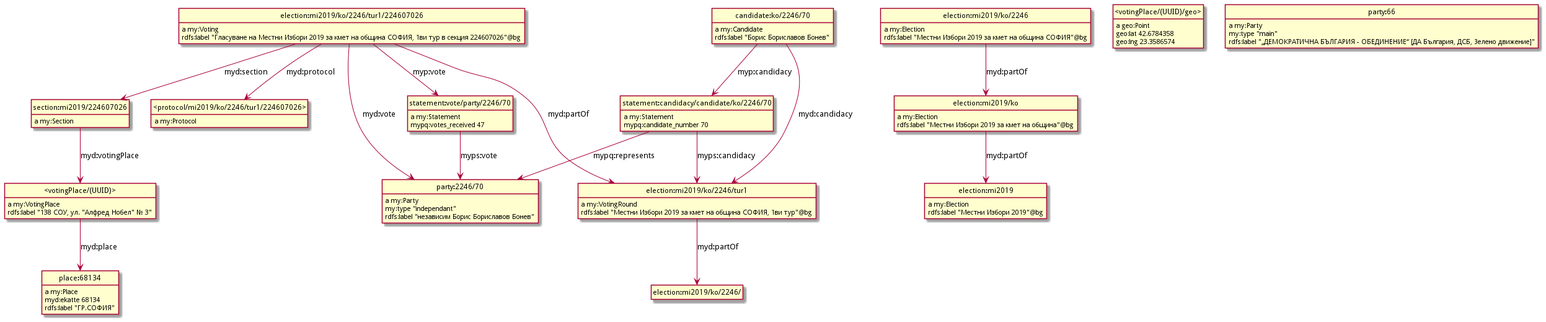
The PlantUML diagram model/localModel.png in nikolatulechki/semanticElections, before a commit.
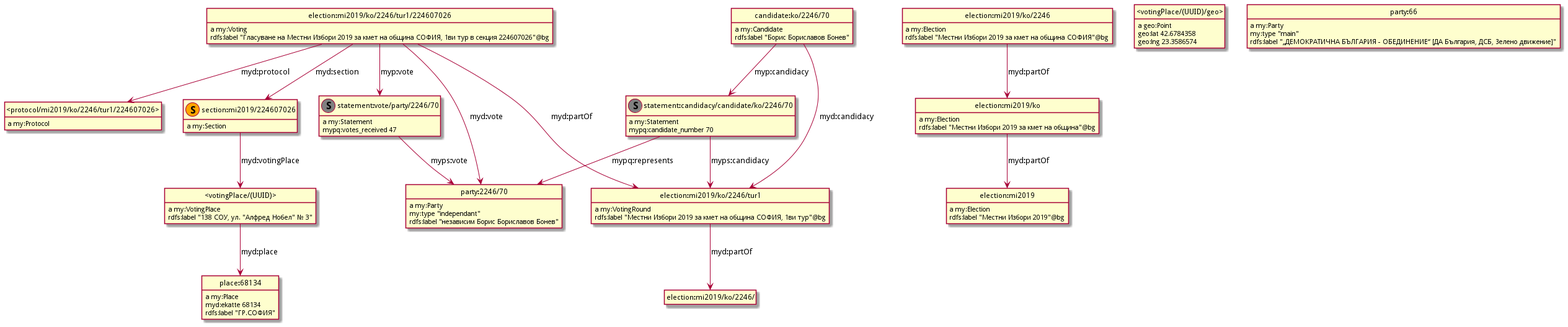
Above is the later version.

Change to the diagram source:
```diff
@@ -3,67 +3,73 @@
 hide empty attributes
 hide circle
 skinparam classAttributeIconSize 0
+class section_mi2019_224607026 as "section:mi2019/224607026"
+class section_mi2019_224607026 <<(S,orange)>>
+show section_mi2019_224607026 circle
+class statement_candidacy_candidate_ko_2246_70 as "statement:candidacy/candidate/ko/2246/70"
+class statement_candidacy_candidate_ko_2246_70 <<(S,gray)>>
+show statement_candidacy_candidate_ko_2246_70 circle
+class statement_vote_party_2246_70 as "statement:vote/party/2246/70"
+class statement_vote_party_2246_70 <<(S,gray)>>
+show statement_vote_party_2246_70 circle
+class election_mi2019_ko as "election:mi2019/ko"
+election_mi2019_ko : a my:Election
+class election_mi2019 as "election:mi2019"
+election_mi2019_ko -down-> election_mi2019 : myd:partOf
+election_mi2019_ko : rdfs:label "Местни Избори 2019 за кмет на община"@bg
+statement_candidacy_candidate_ko_2246_70 : a my:Statement
+class election_mi2019_ko_2246_tur1 as "election:mi2019/ko/2246/tur1"
+statement_candidacy_candidate_ko_2246_70 -down-> election_mi2019_ko_2246_tur1 : myps:candidacy
+class party_2246_70 as "party:2246/70"
+statement_candidacy_candidate_ko_2246_70 -down-> party_2246_70 : mypq:represents
+statement_candidacy_candidate_ko_2246_70 : mypq:candidate_number 70
+election_mi2019 : a my:Election
+election_mi2019 : rdfs:label "Местни Избори 2019"@bg
 class election_mi2019_ko_2246_tur1_224607026 as "election:mi2019/ko/2246/tur1/224607026"
 election_mi2019_ko_2246_tur1_224607026 : a my:Voting
-class statement_vote_party_2246_70 as "statement:vote/party/2246/70"
 election_mi2019_ko_2246_tur1_224607026 -down-> statement_vote_party_2246_70 : myp:vote
+election_mi2019_ko_2246_tur1_224607026 -down-> party_2246_70 : myd:vote
+election_mi2019_ko_2246_tur1_224607026 -down-> section_mi2019_224607026 : myd:section
 class _protocol_mi2019_ko_2246_tur1_224607026_ as "<protocol/mi2019/ko/2246/tur1/224607026>"
 election_mi2019_ko_2246_tur1_224607026 -down-> _protocol_mi2019_ko_2246_tur1_224607026_ : myd:protocol
-class section_mi2019_224607026 as "section:mi2019/224607026"
-election_mi2019_ko_2246_tur1_224607026 -down-> section_mi2019_224607026 : myd:section
-class party_2246_70 as "party:2246/70"
-election_mi2019_ko_2246_tur1_224607026 -down-> party_2246_70 : myd:vote
-class election_mi2019_ko_2246_tur1 as "election:mi2019/ko/2246/tur1"
 election_mi2019_ko_2246_tur1_224607026 -down-> election_mi2019_ko_2246_tur1 : myd:partOf
 election_mi2019_ko_2246_tur1_224607026 : rdfs:label "Гласуване на Местни Избори 2019 за кмет на община СОФИЯ, 1ви тур в секция 224607026"@bg
-class _votingPlace_UUID_ as "<votingPlace/(UUID)>"
-_votingPlace_UUID_ : a my:VotingPlace
-class place_68134 as "place:68134"
-_votingPlace_UUID_ -down-> place_68134 : myd:place
-_votingPlace_UUID_ : rdfs:label "138 СОУ, ул. "Алфред Нобел" № 3"
-statement_vote_party_2246_70 : a my:Statement
-statement_vote_party_2246_70 -down-> party_2246_70 : myps:vote
-statement_vote_party_2246_70 : mypq:votes_received 47
-class election_mi2019_ko_2246 as "election:mi2019/ko/2246"
-election_mi2019_ko_2246 : a my:Election
-class election_mi2019_ko as "election:mi2019/ko"
-election_mi2019_ko_2246 -down-> election_mi2019_ko : myd:partOf
-election_mi2019_ko_2246 : rdfs:label "Местни Избори 2019 за кмет на община СОФИЯ"@bg
+party_2246_70 : a my:Party
+party_2246_70 : my:type "independant"
+party_2246_70 : rdfs:label "независим Борис Бориславов Бонев"
 election_mi2019_ko_2246_tur1 : a my:VotingRound
 class election_mi2019_ko_2246_ as "election:mi2019/ko/2246/"
 election_mi2019_ko_2246_tur1 -down-> election_mi2019_ko_2246_ : myd:partOf
 election_mi2019_ko_2246_tur1 : rdfs:label "Местни Избори 2019 за кмет на община СОФИЯ, 1ви тур"@bg
-party_2246_70 : a my:Party
-party_2246_70 : my:type "independant"
-party_2246_70 : rdfs:label "независим Борис Бориславов Бонев"
-class candidate_ko_2246_70 as "candidate:ko/2246/70"
-candidate_ko_2246_70 : a my:Candidate
-candidate_ko_2246_70 -down-> election_mi2019_ko_2246_tur1 : myd:candidacy
-class statement_candidacy_candidate_ko_2246_70 as "statement:candidacy/candidate/ko/2246/70"
-candidate_ko_2246_70 -down-> statement_candidacy_candidate_ko_2246_70 : myp:candidacy
-candidate_ko_2246_70 : rdfs:label "Борис Бориславов Бонев"
+_protocol_mi2019_ko_2246_tur1_224607026_ : a my:Protocol
 class _votingPlace_UUID_geo_ as "<votingPlace/(UUID)/geo>"
 _votingPlace_UUID_geo_ : a geo:Point
 _votingPlace_UUID_geo_ : geo:lat 42.6784358
 _votingPlace_UUID_geo_ : geo:lng 23.3586574
+class place_68134 as "place:68134"
 place_68134 : a my:Place
 place_68134 : myd:ekatte 68134
 place_68134 : rdfs:label "ГР.СОФИЯ"
-section_mi2019_224607026 : a my:Section
-section_mi2019_224607026 -down-> _votingPlace_UUID_ : myd:votingPlace
-_protocol_mi2019_ko_2246_tur1_224607026_ : a my:Protocol
+class _votingPlace_UUID_ as "<votingPlace/(UUID)>"
+_votingPlace_UUID_ : a my:VotingPlace
+_votingPlace_UUID_ -down-> place_68134 : myd:place
+_votingPlace_UUID_ : rdfs:label "138 СОУ, ул. "Алфред Нобел" № 3"
+class candidate_ko_2246_70 as "candidate:ko/2246/70"
+candidate_ko_2246_70 : a my:Candidate
+candidate_ko_2246_70 -down-> election_mi2019_ko_2246_tur1 : myd:candidacy
+candidate_ko_2246_70 -down-> statement_candidacy_candidate_ko_2246_70 : myp:candidacy
+candidate_ko_2246_70 : rdfs:label "Борис Бориславов Бонев"
+class election_mi2019_ko_2246 as "election:mi2019/ko/2246"
+election_mi2019_ko_2246 : a my:Election
+election_mi2019_ko_2246 -down-> election_mi2019_ko : myd:partOf
+election_mi2019_ko_2246 : rdfs:label "Местни Избори 2019 за кмет на община СОФИЯ"@bg
+statement_vote_party_2246_70 : a my:Statement
+statement_vote_party_2246_70 -down-> party_2246_70 : myps:vote
+statement_vote_party_2246_70 : mypq:votes_received 47
 class party_66 as "party:66"
 party_66 : a my:Party
 party_66 : my:type "main"
 party_66 : rdfs:label "„ДЕМОКРАТИЧНА БЪЛГАРИЯ - ОБЕДИНЕНИЕ“ [ДА България, ДСБ, Зелено движение]"
-statement_candidacy_candidate_ko_2246_70 : a my:Statement
-statement_candidacy_candidate_ko_2246_70 -down-> election_mi2019_ko_2246_tur1 : myps:candidacy
-statement_candidacy_candidate_ko_2246_70 -down-> party_2246_70 : mypq:represents
-statement_candidacy_candidate_ko_2246_70 : mypq:candidate_number 70
-election_mi2019_ko : a my:Election
-class election_mi2019 as "election:mi2019"
-election_mi2019_ko -down-> election_mi2019 : myd:partOf
-election_mi2019_ko : rdfs:label "Местни Избори 2019 за кмет на община"@bg
-election_mi2019 : a my:Election
-election_mi2019 : rdfs:label "Местни Избори 2019"@bg
+section_mi2019_224607026 : a my:Section
+section_mi2019_224607026 -down-> _votingPlace_UUID_ : myd:votingPlace
 @enduml
```
